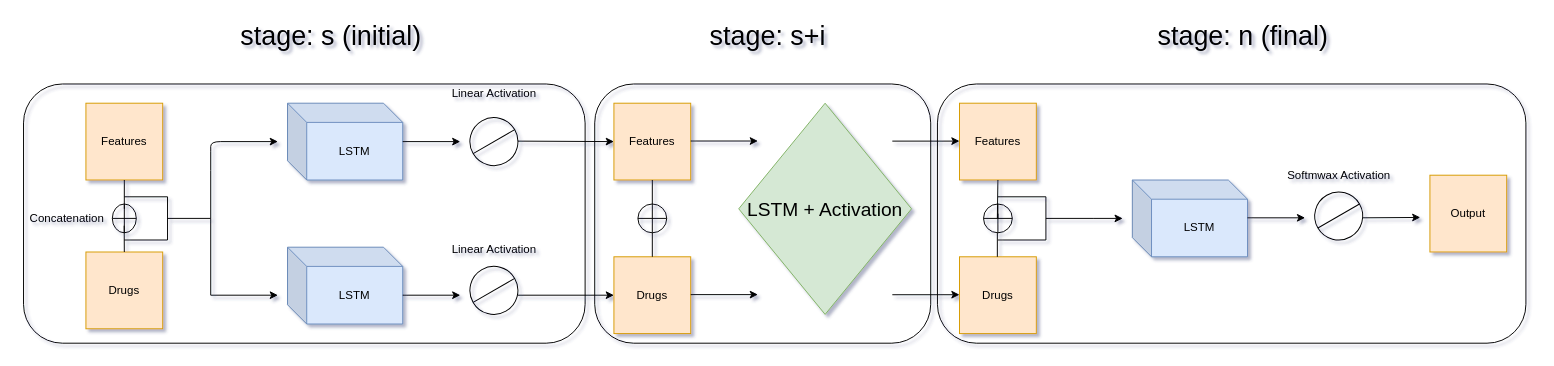
Above: page "pipeline" (7 of 9) of mimic3/visualize/visualize.drawio in karen-gishyan/project (draw.io), before the change. Source tidied: cells renumbered, new cells numbered last; positions are measured from the earlier drawing's top-left corner, leaving out a move shared by most shapes. Both pictures are drawn from the tidied source at 96%, with x=0, y=0 at pixel (23, 16).
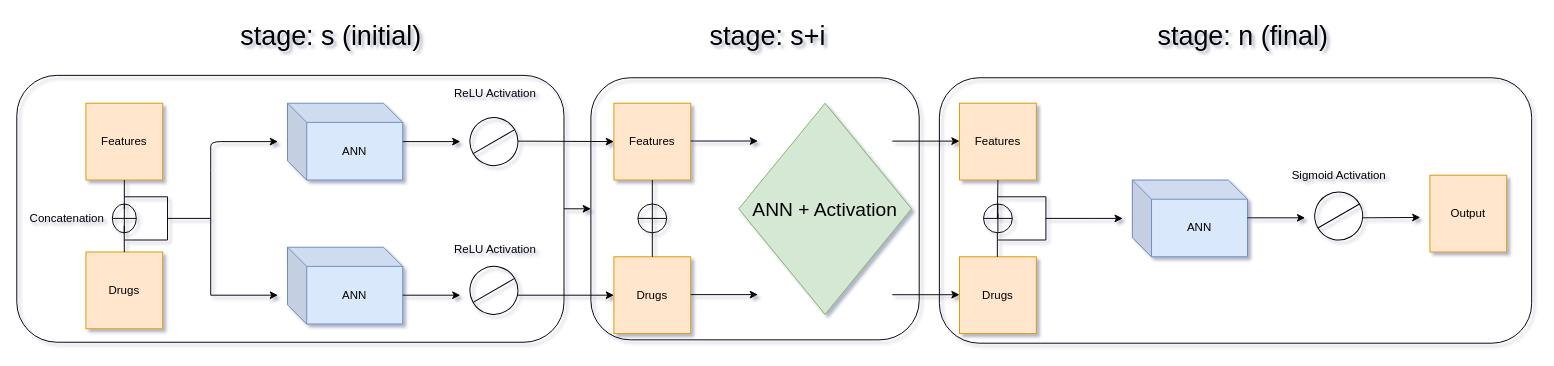
The same diagram, later.

The edit, as a diff of the source:
```diff
@@
-    <mxCell id="8" value="LSTM" style="shape=cube;whiteSpace=wrap;html=1;boundedLbl=1;backgroundOutline=1;darkOpacity=0.05;darkOpacity2=0.1;fillColor=#dae8fc;strokeColor=#6c8ebf;" parent="1" vertex="1">
+    <mxCell id="8" value="ANN" style="shape=cube;whiteSpace=wrap;html=1;boundedLbl=1;backgroundOutline=1;darkOpacity=0.05;darkOpacity2=0.1;fillColor=#dae8fc;strokeColor=#6c8ebf;" parent="1" vertex="1">
       <mxGeometry x="275" y="90" width="120" height="80" as="geometry" />
     </mxCell>
-    <mxCell id="9" value="LSTM" style="shape=cube;whiteSpace=wrap;html=1;boundedLbl=1;backgroundOutline=1;darkOpacity=0.05;darkOpacity2=0.1;fillColor=#dae8fc;strokeColor=#6c8ebf;" parent="1" vertex="1">
+    <mxCell id="9" value="ANN" style="shape=cube;whiteSpace=wrap;html=1;boundedLbl=1;backgroundOutline=1;darkOpacity=0.05;darkOpacity2=0.1;fillColor=#dae8fc;strokeColor=#6c8ebf;" parent="1" vertex="1">
       <mxGeometry x="275" y="240" width="120" height="80" as="geometry" />
     </mxCell>
@@
-    <mxCell id="18" value="Linear Activation" style="text;html=1;align=center;verticalAlign=middle;fillColor=none;strokeColor=none;rounded=0;shadow=0;" parent="1" vertex="1">
-      <mxGeometry x="440" y="70" width="100" height="20" as="geometry" />
+    <mxCell id="18" value="ReLU Activation" style="text;html=1;align=center;verticalAlign=middle;fillColor=none;strokeColor=none;rounded=0;shadow=0;" parent="1" vertex="1">
+      <mxGeometry x="443" y="71" width="95" height="18" as="geometry" />
     </mxCell>
-    <mxCell id="19" value="Linear Activation" style="text;html=1;align=center;verticalAlign=middle;fillColor=none;strokeColor=none;rounded=0;shadow=0;" parent="1" vertex="1">
-      <mxGeometry x="440" y="232.5" width="100" height="20" as="geometry" />
+    <mxCell id="19" value="ReLU Activation" style="text;html=1;align=center;verticalAlign=middle;fillColor=none;strokeColor=none;rounded=0;shadow=0;" parent="1" vertex="1">
+      <mxGeometry x="443" y="233.5" width="95" height="18" as="geometry" />
     </mxCell>
@@
-    <mxCell id="26" value="LSTM" style="shape=cube;whiteSpace=wrap;html=1;boundedLbl=1;backgroundOutline=1;darkOpacity=0.05;darkOpacity2=0.1;fillColor=#dae8fc;strokeColor=#6c8ebf;" parent="1" vertex="1">
+    <mxCell id="26" value="ANN" style="shape=cube;whiteSpace=wrap;html=1;boundedLbl=1;backgroundOutline=1;darkOpacity=0.05;darkOpacity2=0.1;fillColor=#dae8fc;strokeColor=#6c8ebf;" parent="1" vertex="1">
       <mxGeometry x="1155" y="170" width="120" height="80" as="geometry" />
     </mxCell>
@@
-    <mxCell id="29" value="Softmwax Activation" style="text;html=1;align=center;verticalAlign=middle;fillColor=none;strokeColor=none;rounded=0;shadow=0;" parent="1" vertex="1">
-      <mxGeometry x="1310" y="155" width="120" height="20" as="geometry" />
+    <mxCell id="29" value="Sigmoid Activation" style="text;html=1;align=center;verticalAlign=middle;fillColor=none;strokeColor=none;rounded=0;shadow=0;" parent="1" vertex="1">
+      <mxGeometry x="1316" y="156" width="108" height="18" as="geometry" />
     </mxCell>
@@
-    <mxCell id="39" value="&lt;font style=&quot;font-size: 20px&quot;&gt;LSTM + Activation&lt;/font&gt;" style="rhombus;whiteSpace=wrap;html=1;fillColor=#d5e8d4;strokeColor=#82b366;" parent="1" vertex="1">
+    <mxCell id="39" value="&lt;font style=&quot;font-size: 20px&quot;&gt;ANN + Activation&lt;/font&gt;" style="rhombus;whiteSpace=wrap;html=1;fillColor=#d5e8d4;strokeColor=#82b366;" parent="1" vertex="1">
       <mxGeometry x="745" y="90" width="180" height="220" as="geometry" />
     </mxCell>
@@
-    <mxCell id="47" style="rounded=1;whiteSpace=wrap;html=1;fontSize=20;fillColor=none;" parent="1" vertex="1">
-      <mxGeometry y="70" width="585" height="270" as="geometry" />
-    </mxCell>
+    <mxCell id="52" style="edgeStyle=none;html=1;" parent="1" edge="1" source="48" target="50">
+      <mxGeometry relative="1" as="geometry" />
+    </mxCell>
     <mxCell id="48" style="rounded=1;whiteSpace=wrap;html=1;fontSize=20;fillColor=none;" parent="1" vertex="1">
-      <mxGeometry x="595" y="70" width="350" height="270" as="geometry" />
+      <mxGeometry x="-7" y="61" width="570" height="278" as="geometry" />
     </mxCell>
@@
     <mxCell id="50" style="rounded=1;whiteSpace=wrap;html=1;fontSize=20;fillColor=none;" parent="1" vertex="1">
-      <mxGeometry x="952" y="70" width="613" height="270" as="geometry" />
+      <mxGeometry x="591" y="63.5" width="342" height="273" as="geometry" />
     </mxCell>
@@
+    <mxCell id="53" style="rounded=1;whiteSpace=wrap;html=1;fontSize=20;fillColor=none;" parent="1" vertex="1">
+      <mxGeometry x="954" y="63.5" width="617" height="276.5" as="geometry" />
+    </mxCell>
```
